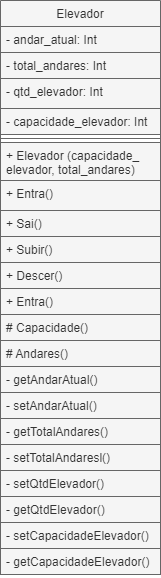
Above: Atvd.2 Predio/src/main/java/com/mycompany/predio/Diagrama Elevador.png in GSouzzaDev/ARCO-DE-TREINAMENTO-POOJAVA-2024.1-ADS-UFRN. (draw.io), before the change. Source tidied: cells renumbered, new cells last; positions are measured from the earlier drawing's top-left corner, leaving out a move shared by most shapes.
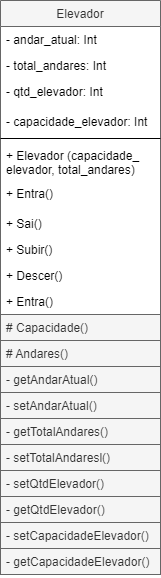
The same diagram one commit later.

Change to the diagram source:
```diff
@@ -5,37 +5,37 @@
     <mxCell id="2" value="Elevador" style="swimlane;fontStyle=0;align=center;verticalAlign=top;horizontal=1;startSize=26;rounded=0;shadow=0;strokeWidth=1;fillColor=#f5f5f5;fontColor=#333333;strokeColor=#666666;" parent="1" vertex="1">
       <mxGeometry width="160" height="574" as="geometry" />
     </mxCell>
-    <mxCell id="3" value="- andar_atual: Int" style="text;align=left;verticalAlign=top;spacingLeft=4;spacingRight=4;overflow=hidden;fillColor=#f5f5f5;fontColor=#333333;strokeColor=#666666;" parent="2" vertex="1">
+    <mxCell id="3" value="- andar_atual: Int" style="text;align=left;verticalAlign=top;spacingLeft=4;spacingRight=4;overflow=hidden;" parent="2" vertex="1">
       <mxGeometry y="26" width="160" height="26" as="geometry" />
     </mxCell>
-    <mxCell id="4" value="- total_andares: Int " style="text;align=left;verticalAlign=top;spacingLeft=4;spacingRight=4;overflow=hidden;rounded=0;shadow=0;html=0;fillColor=#f5f5f5;fontColor=#333333;strokeColor=#666666;" parent="2" vertex="1">
+    <mxCell id="4" value="- total_andares: Int " style="text;align=left;verticalAlign=top;spacingLeft=4;spacingRight=4;overflow=hidden;rounded=0;shadow=0;html=0;" parent="2" vertex="1">
       <mxGeometry y="52" width="160" height="26" as="geometry" />
     </mxCell>
-    <mxCell id="5" value="- qtd_elevador: Int" style="text;align=left;verticalAlign=top;spacingLeft=4;spacingRight=4;overflow=hidden;rounded=0;shadow=0;html=0;fillColor=#f5f5f5;fontColor=#333333;strokeColor=#666666;" parent="2" vertex="1">
+    <mxCell id="5" value="- qtd_elevador: Int" style="text;align=left;verticalAlign=top;spacingLeft=4;spacingRight=4;overflow=hidden;rounded=0;shadow=0;html=0;" parent="2" vertex="1">
       <mxGeometry y="78" width="160" height="30" as="geometry" />
     </mxCell>
-    <mxCell id="6" value="- capacidade_elevador: Int" style="text;align=left;verticalAlign=top;spacingLeft=4;spacingRight=4;overflow=hidden;rounded=0;shadow=0;html=0;fillColor=#f5f5f5;fontColor=#333333;strokeColor=#666666;" parent="2" vertex="1">
+    <mxCell id="6" value="- capacidade_elevador: Int" style="text;align=left;verticalAlign=top;spacingLeft=4;spacingRight=4;overflow=hidden;rounded=0;shadow=0;html=0;" parent="2" vertex="1">
       <mxGeometry y="108" width="160" height="26" as="geometry" />
     </mxCell>
-    <mxCell id="7" style="line;html=1;strokeWidth=1;align=left;verticalAlign=middle;spacingTop=-1;spacingLeft=3;spacingRight=3;labelPosition=right;fillColor=#f5f5f5;fontColor=#333333;strokeColor=#666666;" parent="2" vertex="1">
+    <mxCell id="7" style="line;html=1;strokeWidth=1;align=left;verticalAlign=middle;spacingTop=-1;spacingLeft=3;spacingRight=3;labelPosition=right;" parent="2" vertex="1">
       <mxGeometry y="134" width="160" height="8" as="geometry" />
     </mxCell>
-    <mxCell id="8" value="+ Elevador (capacidade_&#10;elevador, total_andares)" style="text;align=left;verticalAlign=top;spacingLeft=4;spacingRight=4;overflow=hidden;fillColor=#f5f5f5;fontColor=#333333;strokeColor=#666666;" parent="2" vertex="1">
+    <mxCell id="8" value="+ Elevador (capacidade_&#10;elevador, total_andares)" style="text;align=left;verticalAlign=top;spacingLeft=4;spacingRight=4;overflow=hidden;" parent="2" vertex="1">
       <mxGeometry y="142" width="160" height="38" as="geometry" />
     </mxCell>
-    <mxCell id="9" value="+ Entra()" style="text;align=left;verticalAlign=top;spacingLeft=4;spacingRight=4;overflow=hidden;fillColor=#f5f5f5;fontColor=#333333;strokeColor=#666666;" parent="2" vertex="1">
+    <mxCell id="9" value="+ Entra()" style="text;align=left;verticalAlign=top;spacingLeft=4;spacingRight=4;overflow=hidden;" parent="2" vertex="1">
       <mxGeometry y="180" width="160" height="30" as="geometry" />
     </mxCell>
-    <mxCell id="10" value="+ Sai()" style="text;align=left;verticalAlign=top;spacingLeft=4;spacingRight=4;overflow=hidden;fillColor=#f5f5f5;fontColor=#333333;strokeColor=#666666;" parent="2" vertex="1">
+    <mxCell id="10" value="+ Sai()" style="text;align=left;verticalAlign=top;spacingLeft=4;spacingRight=4;overflow=hidden;" parent="2" vertex="1">
       <mxGeometry y="210" width="160" height="26" as="geometry" />
     </mxCell>
-    <mxCell id="11" value="+ Subir()" style="text;align=left;verticalAlign=top;spacingLeft=4;spacingRight=4;overflow=hidden;fillColor=#f5f5f5;fontColor=#333333;strokeColor=#666666;" parent="2" vertex="1">
+    <mxCell id="11" value="+ Subir()" style="text;align=left;verticalAlign=top;spacingLeft=4;spacingRight=4;overflow=hidden;" parent="2" vertex="1">
       <mxGeometry y="236" width="160" height="26" as="geometry" />
     </mxCell>
-    <mxCell id="12" value="+ Descer()" style="text;align=left;verticalAlign=top;spacingLeft=4;spacingRight=4;overflow=hidden;fillColor=#f5f5f5;fontColor=#333333;strokeColor=#666666;" parent="2" vertex="1">
+    <mxCell id="12" value="+ Descer()" style="text;align=left;verticalAlign=top;spacingLeft=4;spacingRight=4;overflow=hidden;" parent="2" vertex="1">
       <mxGeometry y="262" width="160" height="26" as="geometry" />
     </mxCell>
-    <mxCell id="13" value="+ Entra()" style="text;align=left;verticalAlign=top;spacingLeft=4;spacingRight=4;overflow=hidden;fillColor=#f5f5f5;fontColor=#333333;strokeColor=#666666;" parent="2" vertex="1">
+    <mxCell id="13" value="+ Entra()" style="text;align=left;verticalAlign=top;spacingLeft=4;spacingRight=4;overflow=hidden;" parent="2" vertex="1">
       <mxGeometry y="288" width="160" height="26" as="geometry" />
     </mxCell>
     <mxCell id="14" value="# Capacidade()" style="text;align=left;verticalAlign=top;spacingLeft=4;spacingRight=4;overflow=hidden;fillColor=#f5f5f5;fontColor=#333333;strokeColor=#666666;" parent="2" vertex="1">
```
